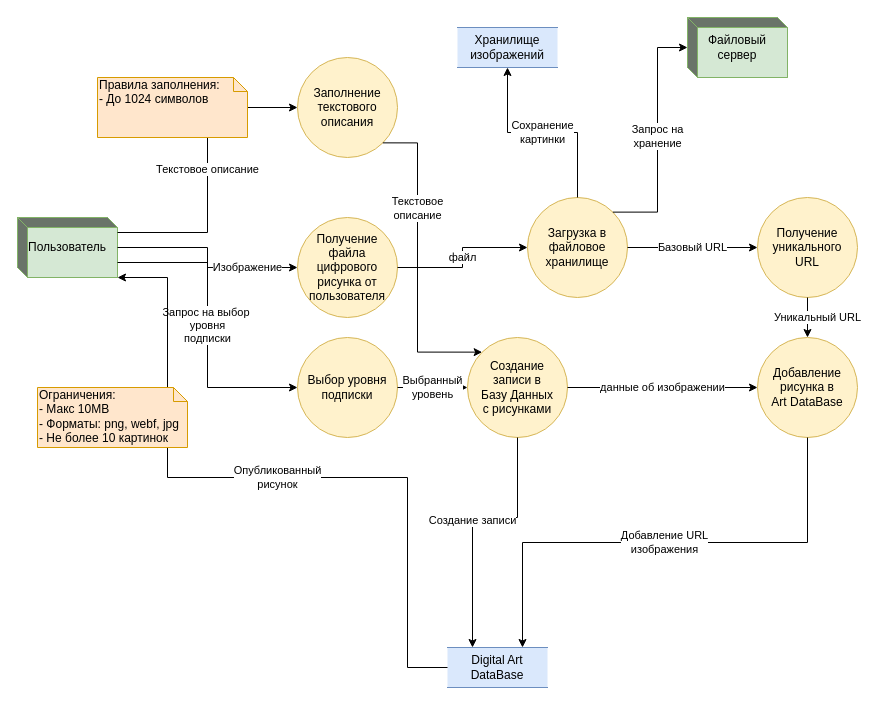
Laefye/neospiartion keeps this draw.io diagram as Diagrams/ImageUploadProcess.drawio. Above is the earlier version. Source tidied: cells renumbered, new cells numbered last; positions are measured from the earlier drawing's top-left corner, leaving out a move shared by most shapes. Both pictures are drawn from the tidied source at 100%, with x=0, y=0 at pixel (17, 17).
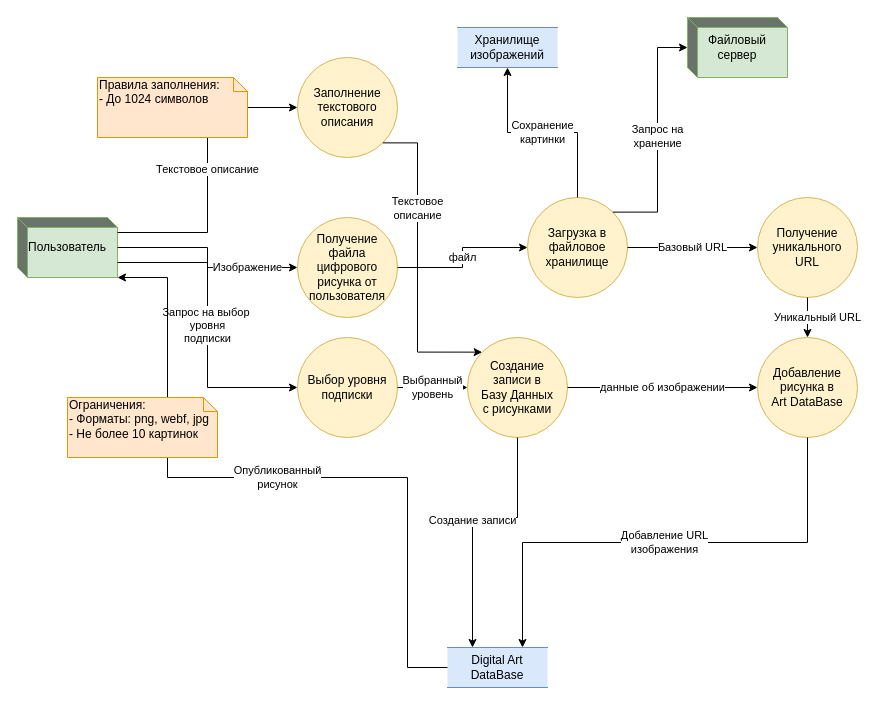
The same page after the edit.

Change to the diagram source:
```diff
@@
-    <mxCell id="28" value="Ограничения:&lt;br&gt;- Макс 10MB&lt;br&gt;- Форматы: png, webf, jpg&lt;br&gt;- Не более 10 картинок" style="shape=note;whiteSpace=wrap;html=1;size=14;verticalAlign=top;align=left;spacingTop=-6;fillColor=#ffe6cc;strokeColor=#d79b00;" parent="1" vertex="1">
-      <mxGeometry x="20" y="370" width="150" height="60" as="geometry" />
+    <mxCell id="28" value="Ограничения:&lt;br&gt;-&amp;nbsp;Форматы: png, webf, jpg&lt;br&gt;- Не более 10 картинок" style="shape=note;whiteSpace=wrap;html=1;size=14;verticalAlign=top;align=left;spacingTop=-6;fillColor=#ffe6cc;strokeColor=#d79b00;" parent="1" vertex="1">
+      <mxGeometry x="50" y="380" width="150" height="60" as="geometry" />
     </mxCell>
```
